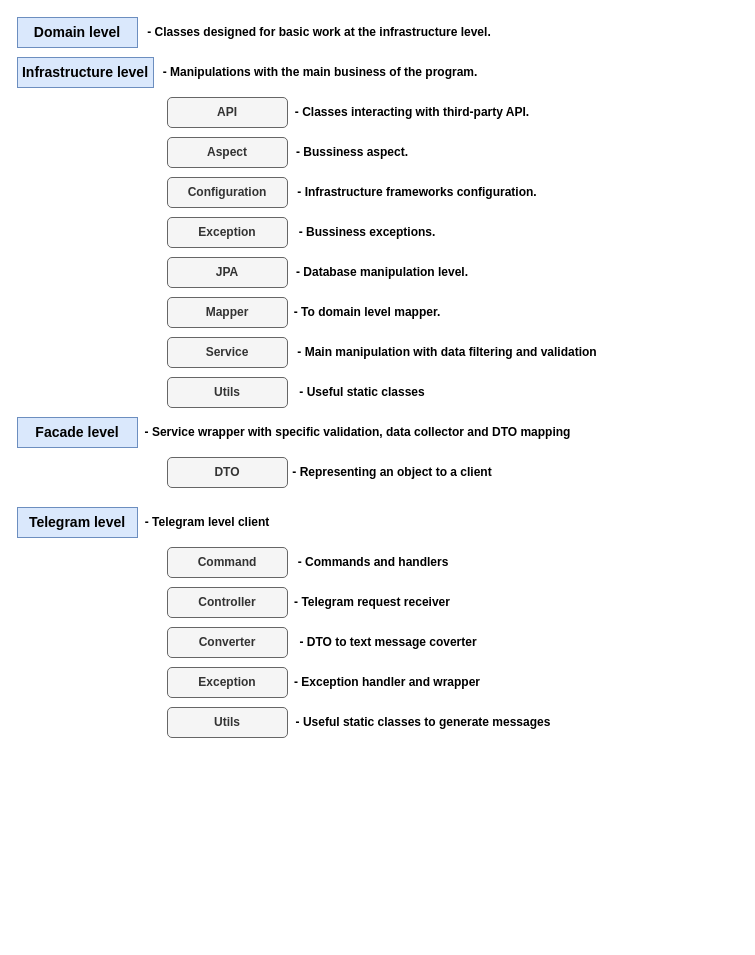
Before: architecture/Bot-Java-Project-Structure.drawio in SaneaV/Application-Ecosystem-of-Moldavian-Filling-Stations, a draw.io diagram. Source tidied: cells renumbered, new cells numbered last; positions are measured from the earlier drawing's top-left corner, leaving out a move shared by most shapes. Both pictures are drawn from the tidied source at 100%, with x=0, y=0 at pixel (17, 17).
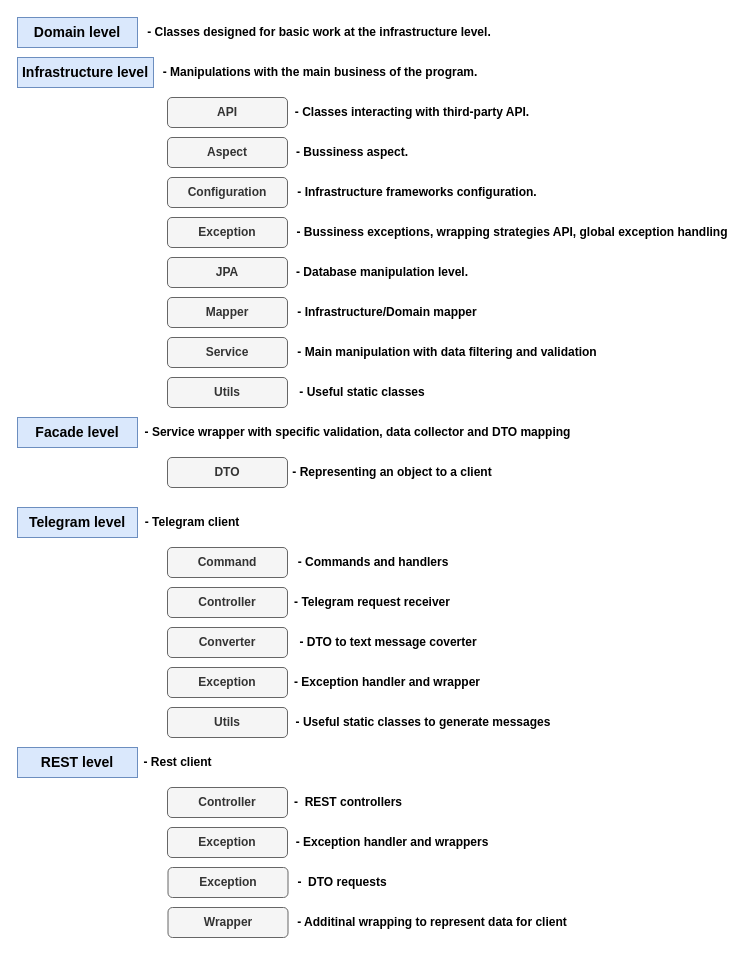
After the change.

The edit, as a diff of the source:
```diff
@@
-    <mxCell id="25" value="&lt;b&gt;- Bussiness exceptions.&lt;/b&gt;" style="text;html=1;strokeColor=none;fillColor=none;align=center;verticalAlign=middle;whiteSpace=wrap;rounded=0;" parent="1" vertex="1">
-      <mxGeometry x="270" y="200" width="160" height="30" as="geometry" />
+    <mxCell id="25" value="&lt;b&gt;- Bussiness exceptions, wrapping strategies API, global exception handling&lt;/b&gt;" style="text;html=1;strokeColor=none;fillColor=none;align=center;verticalAlign=middle;whiteSpace=wrap;rounded=0;" parent="1" vertex="1">
+      <mxGeometry x="270" y="200" width="450" height="30" as="geometry" />
     </mxCell>
@@
-    <mxCell id="27" value="&lt;b&gt;- To domain level mapper.&lt;/b&gt;" style="text;html=1;strokeColor=none;fillColor=none;align=center;verticalAlign=middle;whiteSpace=wrap;rounded=0;" parent="1" vertex="1">
-      <mxGeometry x="270" y="280" width="160" height="30" as="geometry" />
+    <mxCell id="27" value="&lt;b&gt;- Infrastructure/Domain mapper&lt;/b&gt;" style="text;html=1;strokeColor=none;fillColor=none;align=center;verticalAlign=middle;whiteSpace=wrap;rounded=0;" parent="1" vertex="1">
+      <mxGeometry x="270" y="280" width="200" height="30" as="geometry" />
     </mxCell>
@@
-    <mxCell id="32" value="&lt;b&gt;- Telegram level client&lt;/b&gt;" style="text;html=1;strokeColor=none;fillColor=none;align=center;verticalAlign=middle;whiteSpace=wrap;rounded=0;" parent="1" vertex="1">
-      <mxGeometry x="120" y="490" width="140" height="30" as="geometry" />
+    <mxCell id="32" value="&lt;b&gt;- Telegram client&lt;/b&gt;" style="text;html=1;strokeColor=none;fillColor=none;align=center;verticalAlign=middle;whiteSpace=wrap;rounded=0;" parent="1" vertex="1">
+      <mxGeometry x="120" y="490" width="110" height="30" as="geometry" />
     </mxCell>
@@
+    <mxCell id="38" value="&lt;b&gt;&lt;font style=&quot;font-size: 14px;&quot;&gt;REST level&lt;/font&gt;&lt;/b&gt;" style="rounded=0;whiteSpace=wrap;html=1;fillColor=#dae8fc;strokeColor=#6c8ebf;" parent="1" vertex="1">
+      <mxGeometry y="730" width="120" height="30" as="geometry" />
+    </mxCell>
+    <mxCell id="39" value="&lt;b&gt;- Rest client&lt;/b&gt;" style="text;html=1;strokeColor=none;fillColor=none;align=center;verticalAlign=middle;whiteSpace=wrap;rounded=0;" parent="1" vertex="1">
+      <mxGeometry x="121" y="730" width="79" height="30" as="geometry" />
+    </mxCell>
+    <mxCell id="40" value="&lt;b&gt;Controller&lt;/b&gt;" style="rounded=1;whiteSpace=wrap;html=1;fillColor=#f5f5f5;fontColor=#333333;strokeColor=#666666;" parent="1" vertex="1">
+      <mxGeometry x="150" y="770" width="120" height="30" as="geometry" />
+    </mxCell>
+    <mxCell id="41" value="&lt;b&gt;-&amp;nbsp; REST controllers&lt;/b&gt;" style="text;html=1;strokeColor=none;fillColor=none;align=center;verticalAlign=middle;whiteSpace=wrap;rounded=0;" parent="1" vertex="1">
+      <mxGeometry x="270.5" y="770" width="119.5" height="30" as="geometry" />
+    </mxCell>
+    <mxCell id="42" value="&lt;b&gt;Exception&lt;/b&gt;" style="rounded=1;whiteSpace=wrap;html=1;fillColor=#f5f5f5;fontColor=#333333;strokeColor=#666666;" parent="1" vertex="1">
+      <mxGeometry x="150" y="810" width="120" height="30" as="geometry" />
+    </mxCell>
+    <mxCell id="43" value="&lt;b&gt;- Exception handler and wrappers&lt;/b&gt;" style="text;html=1;strokeColor=none;fillColor=none;align=center;verticalAlign=middle;whiteSpace=wrap;rounded=0;" parent="1" vertex="1">
+      <mxGeometry x="270" y="810" width="210" height="30" as="geometry" />
+    </mxCell>
+    <mxCell id="44" value="&lt;b&gt;Exception&lt;/b&gt;" style="rounded=1;whiteSpace=wrap;html=1;fillColor=#f5f5f5;fontColor=#333333;strokeColor=#666666;" parent="1" vertex="1">
+      <mxGeometry x="150.5" y="850" width="120" height="30" as="geometry" />
+    </mxCell>
+    <mxCell id="45" value="&lt;b&gt;-&amp;nbsp; DTO requests&lt;/b&gt;" style="text;html=1;strokeColor=none;fillColor=none;align=center;verticalAlign=middle;whiteSpace=wrap;rounded=0;" parent="1" vertex="1">
+      <mxGeometry x="270" y="850" width="110" height="30" as="geometry" />
+    </mxCell>
+    <mxCell id="46" value="&lt;b&gt;Wrapper&lt;/b&gt;" style="rounded=1;whiteSpace=wrap;html=1;fillColor=#f5f5f5;fontColor=#333333;strokeColor=#666666;" parent="1" vertex="1">
+      <mxGeometry x="150.5" y="890" width="120" height="30" as="geometry" />
+    </mxCell>
+    <mxCell id="47" value="&lt;b&gt;- Additinal wrapping to represent data for client&lt;/b&gt;" style="text;html=1;strokeColor=none;fillColor=none;align=center;verticalAlign=middle;whiteSpace=wrap;rounded=0;" parent="1" vertex="1">
+      <mxGeometry x="270" y="890" width="290" height="30" as="geometry" />
+    </mxCell>
```
